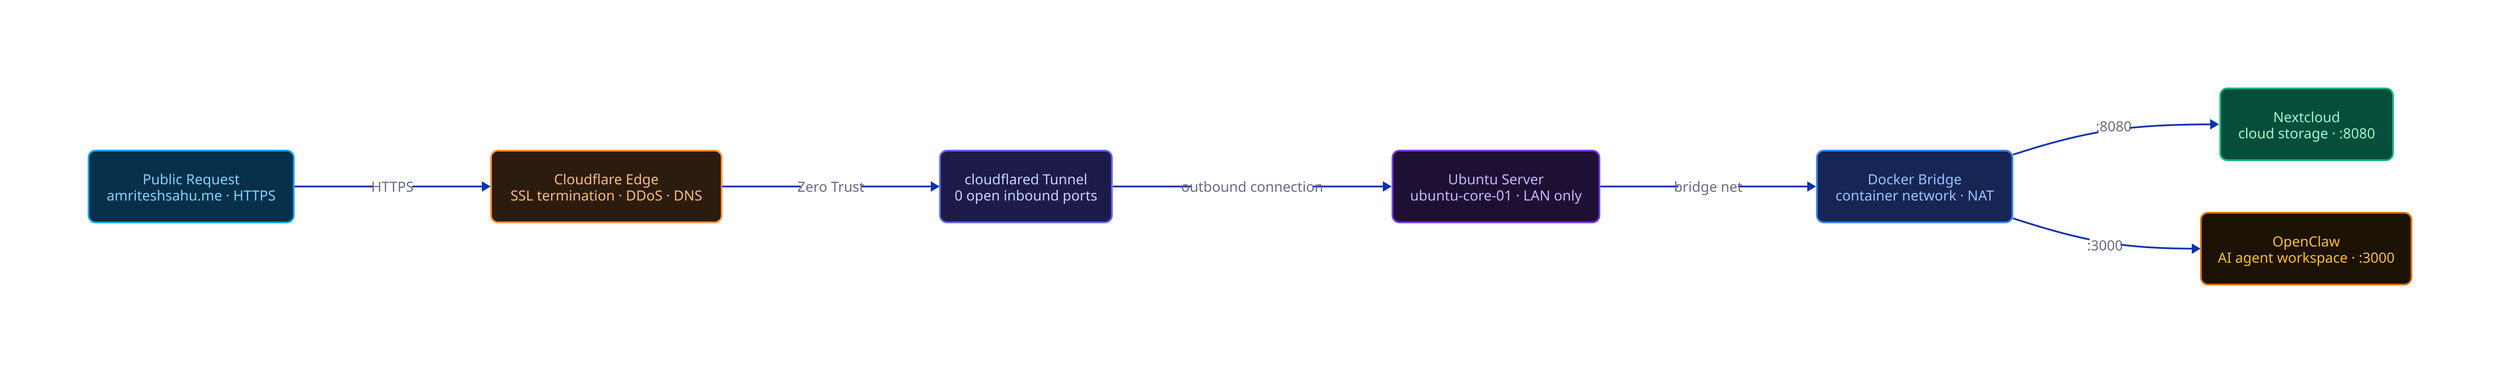
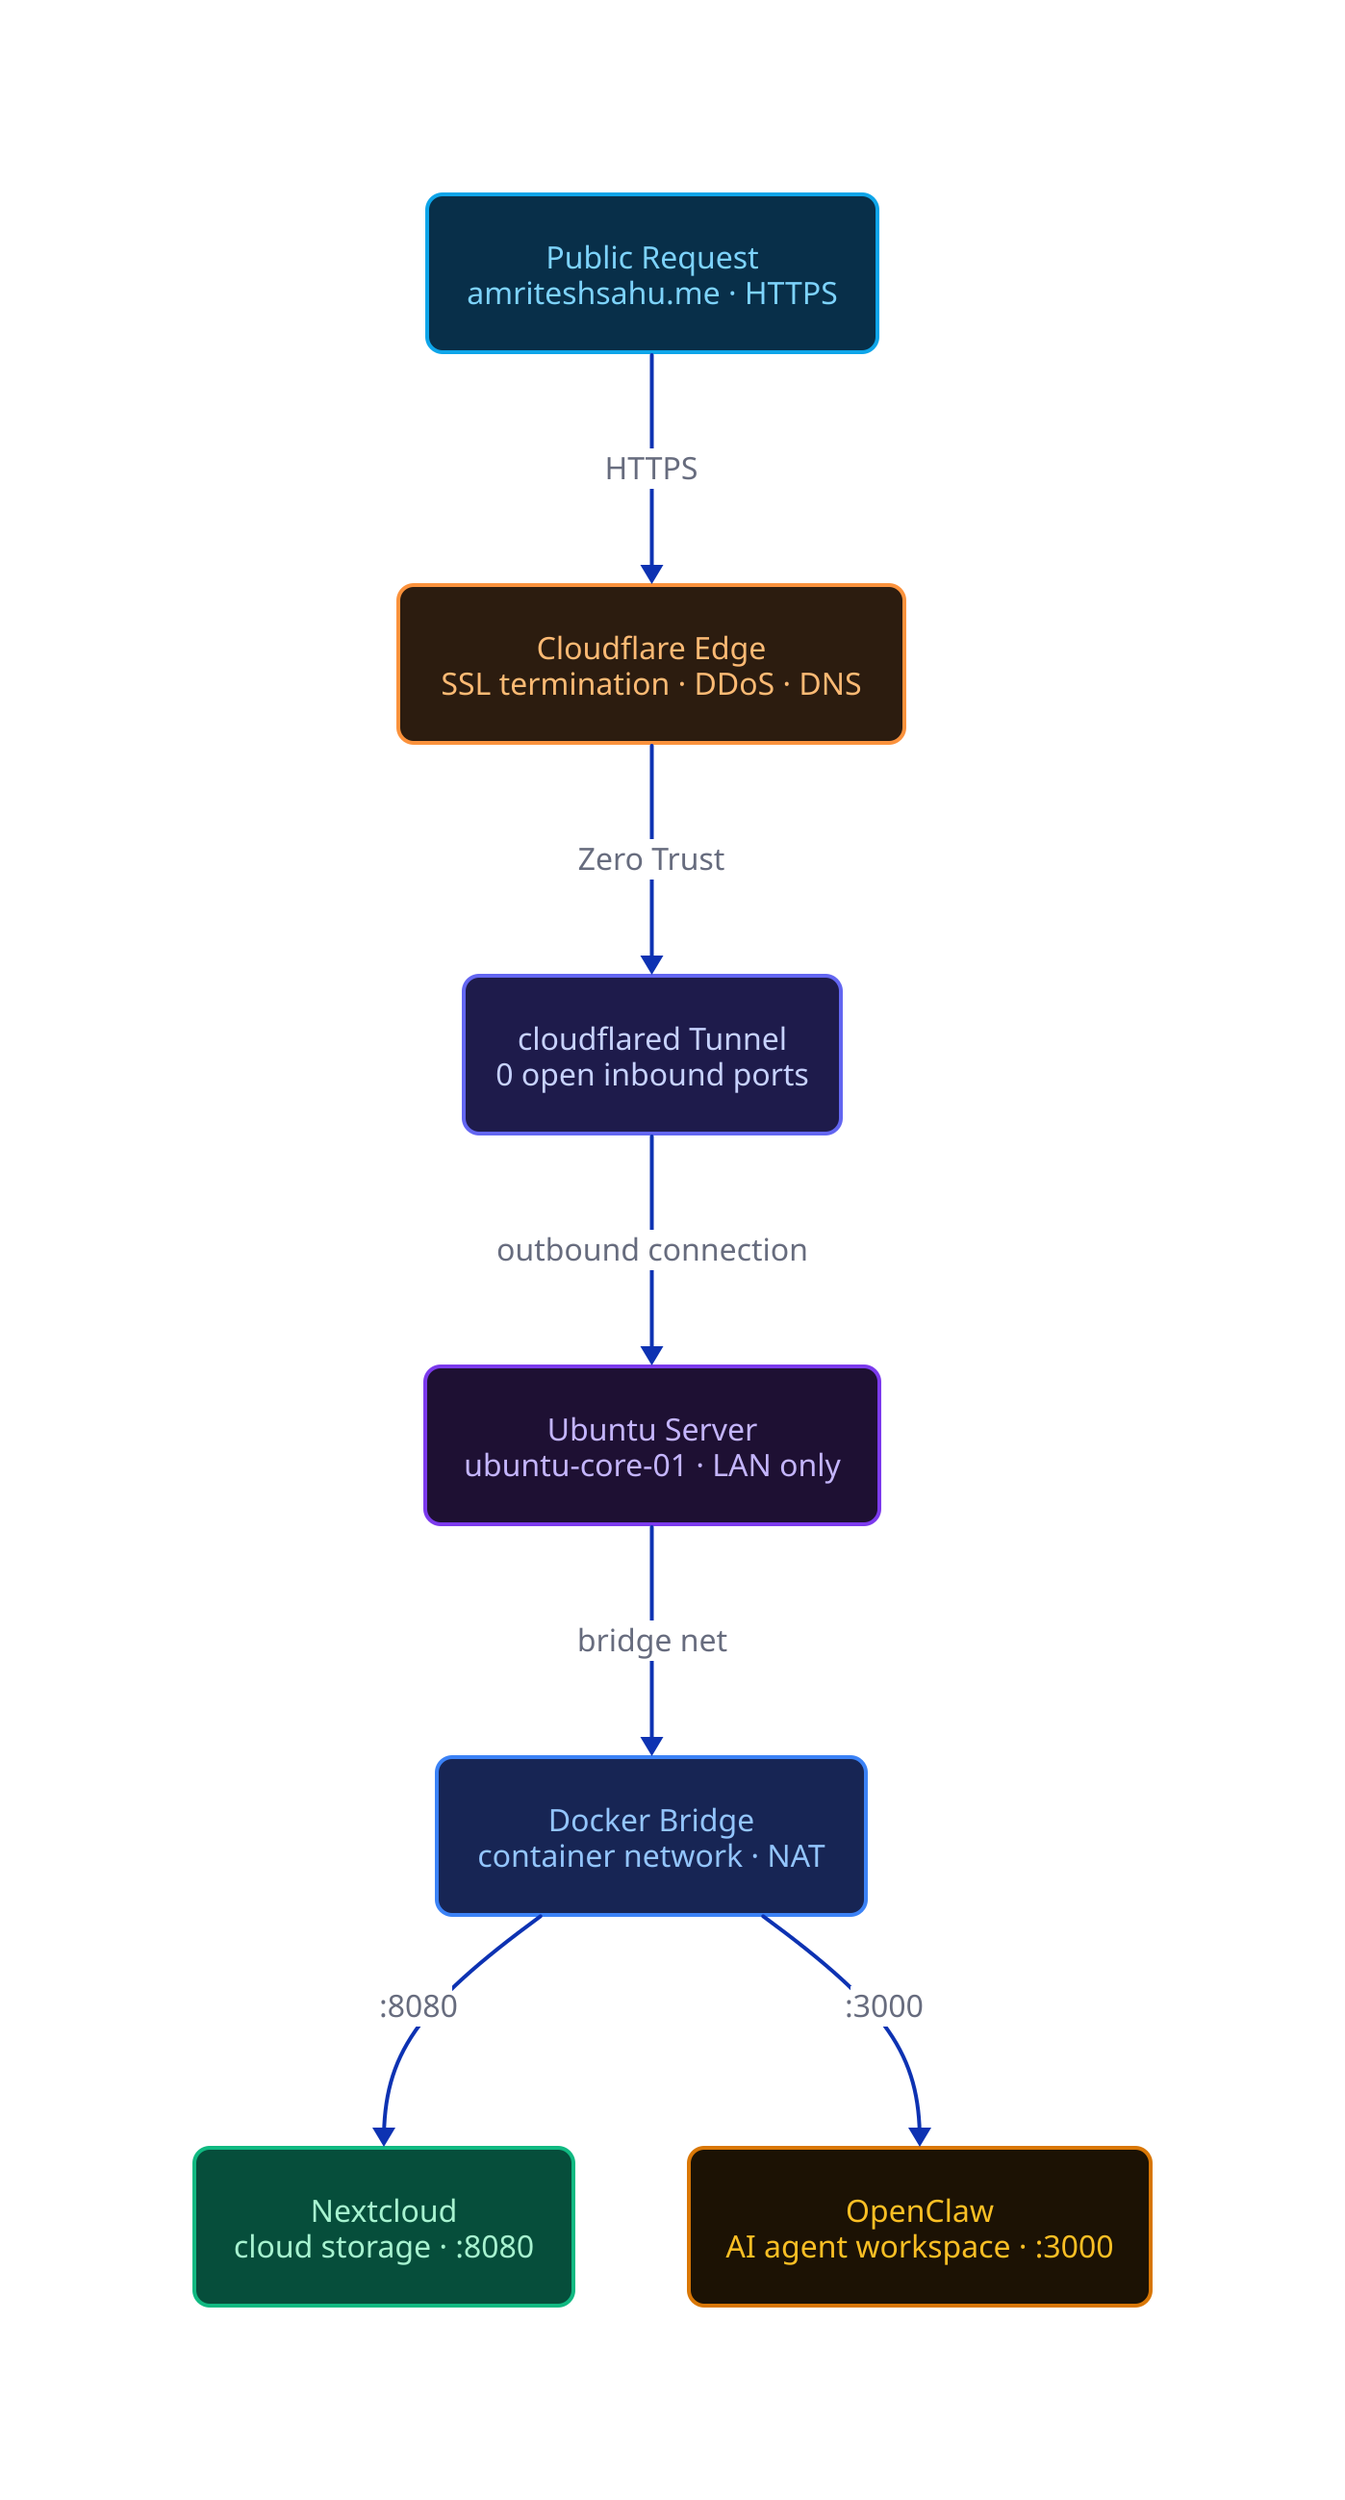
- direction: right
+ direction: down

classes: {
  sky: {
    style.fill: "#082f49"
    style.stroke: "#0ea5e9"
    style.font-color: "#7dd3fc"
    style.border-radius: 8
  }
  orange: {
    style.fill: "#2c1c0f"
    style.stroke: "#fb923c"
    style.font-color: "#fdba74"
    style.border-radius: 8
  }
  indigo: {
    style.fill: "#1e1b4b"
    style.stroke: "#6366f1"
    style.font-color: "#c7d2fe"
    style.border-radius: 8
  }
  violet: {
    style.fill: "#1e1033"
    style.stroke: "#7c3aed"
    style.font-color: "#c4b5fd"
    style.border-radius: 8
  }
  blue: {
    style.fill: "#172554"
    style.stroke: "#3b82f6"
    style.font-color: "#93c5fd"
    style.border-radius: 8
  }
  emerald: {
    style.fill: "#064e3b"
    style.stroke: "#10b981"
    style.font-color: "#a7f3d0"
    style.border-radius: 8
  }
  amber: {
    style.fill: "#1c1204"
    style.stroke: "#d97706"
    style.font-color: "#fbbf24"
    style.border-radius: 8
  }
}

public: "Public Request\namriteshsahu.me · HTTPS" { class: sky }
cloudflare: "Cloudflare Edge\nSSL termination · DDoS · DNS" { class: orange }
tunnel: "cloudflared Tunnel\n0 open inbound ports" { class: indigo }
server: "Ubuntu Server\nubuntu-core-01 · LAN only" { class: violet }
docker: "Docker Bridge\ncontainer network · NAT" { class: blue }
nextcloud: "Nextcloud\ncloud storage · :8080" { class: emerald }
openclaw: "OpenClaw\nAI agent workspace · :3000" { class: amber }

public -> cloudflare: "HTTPS"
cloudflare -> tunnel: "Zero Trust"
tunnel -> server: "outbound connection"
server -> docker: "bridge net"
docker -> nextcloud: ":8080"
docker -> openclaw: ":3000"
